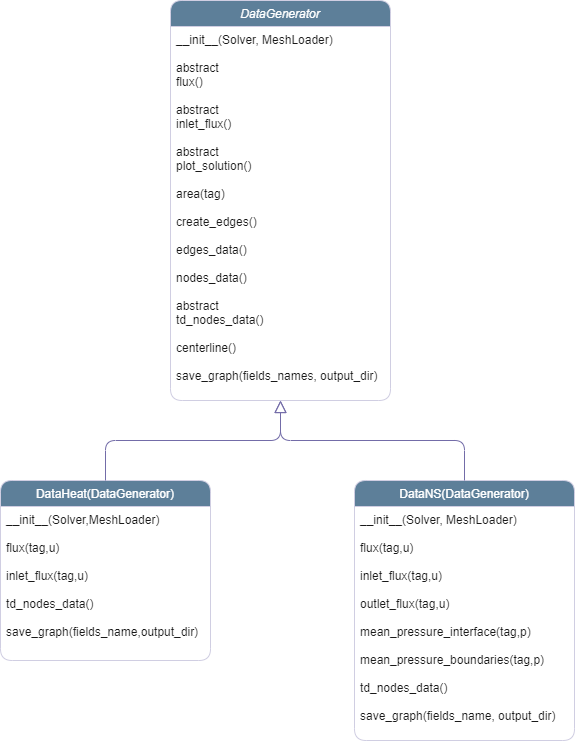
Earlier version of the draw.io export report/Images/datagenerator_class.png (itsmebonny/pacsproj). Source tidied: cells renumbered, new cells last; positions are measured from the earlier drawing's top-left corner, leaving out a move shared by most shapes.
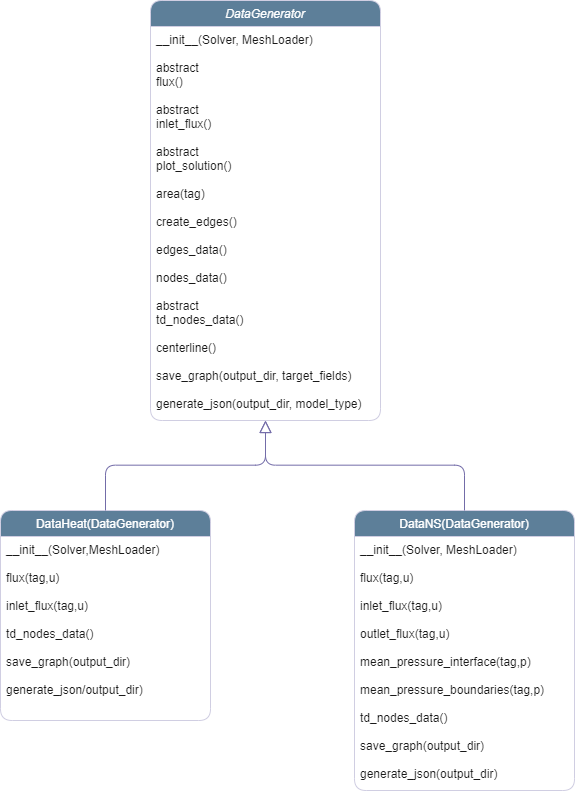
Above is the later version.

Diff of the diagram source:
```diff
@@ -3,25 +3,25 @@
     <mxCell id="0" />
     <mxCell id="1" parent="0" />
     <mxCell id="2" value="DataGenerator" style="swimlane;fontStyle=2;align=center;verticalAlign=top;horizontal=1;startSize=26;rounded=1;shadow=0;strokeWidth=1;labelBackgroundColor=none;fillColor=#5D7F99;strokeColor=#D0CEE2;fontColor=#FFFFFF;" parent="1" vertex="1">
-      <mxGeometry x="170" width="220" height="400" as="geometry" />
+      <mxGeometry x="150" y="-30" width="230" height="420" as="geometry" />
     </mxCell>
-    <mxCell id="3" value="__init__(Solver, MeshLoader)&#10;&#10;abstract&#10;flux()&#10;&#10;abstract&#10;inlet_flux()&#10;&#10;abstract&#10;plot_solution()&#10;&#10;area(tag)&#10;&#10;create_edges()&#10;&#10;edges_data()&#10;&#10;nodes_data()&#10;&#10;abstract&#10;td_nodes_data()&#10;&#10;centerline()&#10;&#10;save_graph(fields_names, output_dir)&#10;&#10;&#10;" style="text;align=left;verticalAlign=top;spacingLeft=4;spacingRight=4;overflow=hidden;rounded=1;shadow=0;html=0;labelBackgroundColor=none;fontColor=#1A1A1A;arcSize=14;" parent="2" vertex="1">
-      <mxGeometry y="26" width="220" height="364" as="geometry" />
+    <mxCell id="3" value="__init__(Solver, MeshLoader)&#10;&#10;abstract&#10;flux()&#10;&#10;abstract&#10;inlet_flux()&#10;&#10;abstract&#10;plot_solution()&#10;&#10;area(tag)&#10;&#10;create_edges()&#10;&#10;edges_data()&#10;&#10;nodes_data()&#10;&#10;abstract&#10;td_nodes_data()&#10;&#10;centerline()&#10;&#10;save_graph(output_dir, target_fields)&#10;&#10;generate_json(output_dir, model_type)&#10;&#10;&#10;&#10;" style="text;align=left;verticalAlign=top;spacingLeft=4;spacingRight=4;overflow=hidden;rounded=1;shadow=0;html=0;labelBackgroundColor=none;fontColor=#1A1A1A;arcSize=14;" parent="2" vertex="1">
+      <mxGeometry y="26" width="230" height="394" as="geometry" />
     </mxCell>
     <mxCell id="4" value="DataHeat(DataGenerator)" style="swimlane;fontStyle=0;align=center;verticalAlign=top;horizontal=1;startSize=26;rounded=1;shadow=0;strokeWidth=1;labelBackgroundColor=none;fillColor=#5D7F99;strokeColor=#D0CEE2;fontColor=#FFFFFF;" parent="1" vertex="1">
-      <mxGeometry y="480" width="210" height="180" as="geometry" />
+      <mxGeometry y="480" width="210" height="210" as="geometry" />
     </mxCell>
-    <mxCell id="5" value="__init__(Solver,MeshLoader)&#10;&#10;flux(tag,u)&#10;&#10;inlet_flux(tag,u)&#10;&#10;td_nodes_data()&#10;&#10;save_graph(fields_name,output_dir)" style="text;align=left;verticalAlign=top;spacingLeft=4;spacingRight=4;overflow=hidden;rounded=1;shadow=0;html=0;labelBackgroundColor=none;fontColor=#1A1A1A;" parent="4" vertex="1">
-      <mxGeometry y="26" width="210" height="154" as="geometry" />
+    <mxCell id="5" value="__init__(Solver,MeshLoader)&#10;&#10;flux(tag,u)&#10;&#10;inlet_flux(tag,u)&#10;&#10;td_nodes_data()&#10;&#10;save_graph(output_dir)&#10;&#10;generate_json/output_dir)" style="text;align=left;verticalAlign=top;spacingLeft=4;spacingRight=4;overflow=hidden;rounded=1;shadow=0;html=0;labelBackgroundColor=none;fontColor=#1A1A1A;" parent="4" vertex="1">
+      <mxGeometry y="26" width="210" height="174" as="geometry" />
     </mxCell>
     <mxCell id="6" style="endArrow=block;endSize=10;endFill=0;shadow=0;strokeWidth=1;rounded=1;edgeStyle=elbowEdgeStyle;elbow=vertical;labelBackgroundColor=none;strokeColor=#736CA8;fontColor=default;" parent="1" edge="1" source="4" target="2">
       <mxGeometry relative="1" as="geometry" />
     </mxCell>
     <mxCell id="7" value="DataNS(DataGenerator)" style="swimlane;fontStyle=0;align=center;verticalAlign=top;horizontal=1;startSize=26;rounded=1;shadow=0;strokeWidth=1;labelBackgroundColor=none;fillColor=#5D7F99;strokeColor=#D0CEE2;fontColor=#FFFFFF;" parent="1" vertex="1">
-      <mxGeometry x="354" y="480" width="220" height="260" as="geometry" />
+      <mxGeometry x="354" y="480" width="220" height="280" as="geometry" />
     </mxCell>
-    <mxCell id="8" value="__init__(Solver, MeshLoader)&#10;&#10;flux(tag,u)&#10;&#10;inlet_flux(tag,u)&#10;&#10;outlet_flux(tag,u)&#10;&#10;mean_pressure_interface(tag,p)&#10;&#10;mean_pressure_boundaries(tag,p)&#10;&#10;td_nodes_data()&#10;&#10;save_graph(fields_name, output_dir)" style="text;align=left;verticalAlign=top;spacingLeft=4;spacingRight=4;overflow=hidden;rounded=1;shadow=0;html=0;labelBackgroundColor=none;fontColor=#1A1A1A;" parent="7" vertex="1">
-      <mxGeometry y="26" width="220" height="234" as="geometry" />
+    <mxCell id="8" value="__init__(Solver, MeshLoader)&#10;&#10;flux(tag,u)&#10;&#10;inlet_flux(tag,u)&#10;&#10;outlet_flux(tag,u)&#10;&#10;mean_pressure_interface(tag,p)&#10;&#10;mean_pressure_boundaries(tag,p)&#10;&#10;td_nodes_data()&#10;&#10;save_graph(output_dir)&#10;&#10;generate_json(output_dir)" style="text;align=left;verticalAlign=top;spacingLeft=4;spacingRight=4;overflow=hidden;rounded=1;shadow=0;html=0;labelBackgroundColor=none;fontColor=#1A1A1A;" parent="7" vertex="1">
+      <mxGeometry y="26" width="220" height="254" as="geometry" />
     </mxCell>
     <mxCell id="9" style="endArrow=block;endSize=10;endFill=0;shadow=0;strokeWidth=1;rounded=1;edgeStyle=elbowEdgeStyle;elbow=vertical;labelBackgroundColor=none;strokeColor=#736CA8;fontColor=default;" parent="1" edge="1" source="7" target="2">
       <mxGeometry relative="1" as="geometry" />
```
